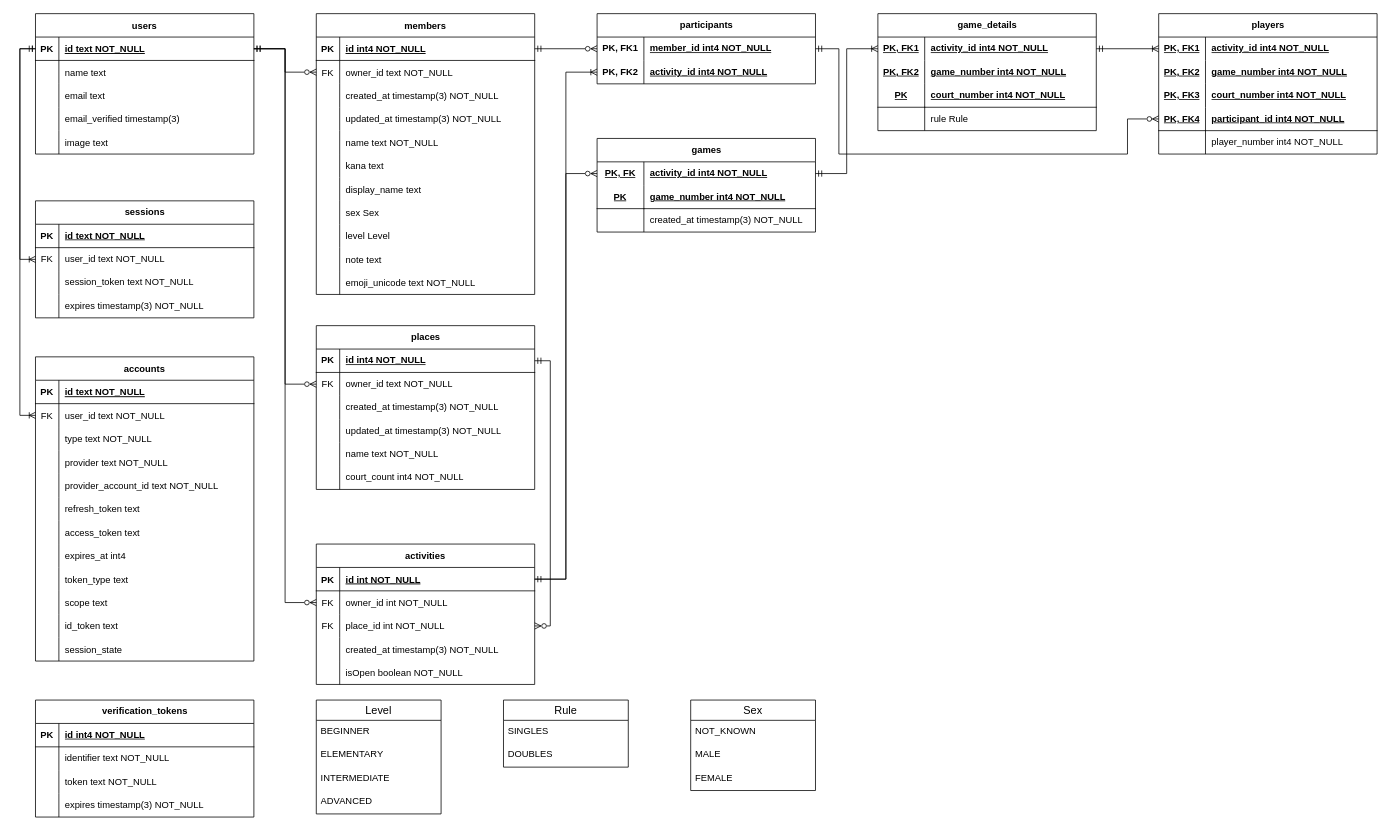
The draw.io diagram docs/erd.drawio in yuki-yamamura/bubble-pairs, before the edit. Source tidied: cells renumbered, new cells numbered last; positions are measured from the earlier drawing's top-left corner, leaving out a move shared by most shapes. Both pictures are drawn from the tidied source at 78%, with x=0, y=0 at pixel (35, 13).
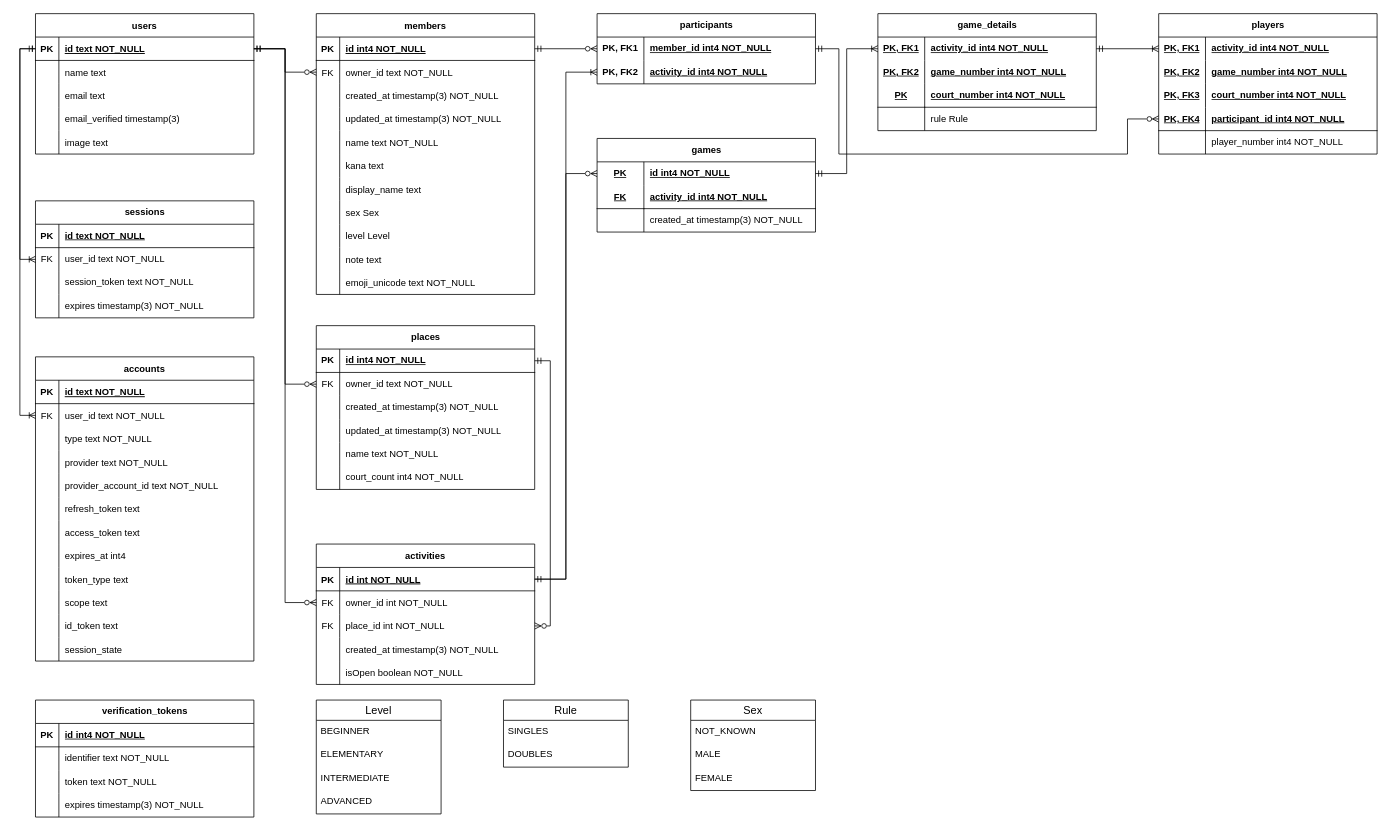
After the change.

Unchanged cells that the change refers to:
```xml
<mxCell id="37" style="shape=partialRectangle;fillColor=none;points=[[0,0.5],[1,0.5]];portConstraint=eastwest;top=0;left=0;right=0;bottom=1;" parent="36" vertex="1">
  <mxGeometry y="30" width="280" height="30" as="geometry" />
</mxCell>
<mxCell id="87" value="games" style="shape=table;startSize=30;childLayout=tableLayout;rowLines=0;fontStyle=1;align=center;html=1;" parent="1" vertex="1">
  <mxGeometry x="720" y="160" width="280" height="120" as="geometry" />
</mxCell>
<mxCell id="91" style="shape=tableRow;horizontal=0;startSize=0;swimlaneHead=0;swimlaneBody=0;fillColor=none;top=0;left=0;right=0;bottom=0;" parent="87" vertex="1">
  <mxGeometry y="60" width="280" height="30" as="geometry" />
</mxCell>
```

Change to the diagram source:
```diff
@@
-    <mxCell id="88" style="shape=tableRow;horizontal=0;startSize=0;swimlaneHead=0;swimlaneBody=0;fillColor=none;points=[[0,0.5],[1,0.5]];portConstraint=eastwest;top=0;left=0;right=0;bottom=0;strokeColor=default;" parent="87" vertex="1">
+    <mxCell id="88" style="shape=tableRow;horizontal=0;startSize=0;swimlaneHead=0;swimlaneBody=0;fillColor=none;points=[[0,0.5],[1,0.5]];portConstraint=eastwest;top=0;left=0;right=0;bottom=0;strokeColor=default;swimlaneLine=1;" parent="87" vertex="1">
       <mxGeometry y="30" width="280" height="30" as="geometry" />
     </mxCell>
-    <mxCell id="89" value="PK, FK" style="shape=partialRectangle;fillColor=none;top=0;left=0;bottom=0;right=0;overflow=hidden;whiteSpace=wrap;html=1;fontStyle=5;" parent="88" vertex="1">
+    <mxCell id="89" value="PK" style="shape=partialRectangle;fillColor=none;top=0;left=0;bottom=0;right=0;overflow=hidden;whiteSpace=wrap;html=1;fontStyle=5;" parent="88" vertex="1">
       <mxGeometry width="60" height="30" as="geometry" />
     </mxCell>
-    <mxCell id="90" value="activity_id int4 NOT_NULL" style="shape=partialRectangle;fillColor=none;top=0;left=0;bottom=0;right=0;align=left;spacingLeft=6;overflow=hidden;whiteSpace=wrap;html=1;fontStyle=5;" parent="88" vertex="1">
+    <mxCell id="90" value="id int4 NOT_NULL" style="shape=partialRectangle;fillColor=none;top=0;left=0;bottom=0;right=0;align=left;spacingLeft=6;overflow=hidden;whiteSpace=wrap;html=1;fontStyle=5;" parent="88" vertex="1">
       <mxGeometry x="60" width="220" height="30" as="geometry" />
     </mxCell>
@@
-    <mxCell id="92" value="PK" style="shape=partialRectangle;fillColor=none;top=0;left=0;bottom=1;right=0;overflow=hidden;whiteSpace=wrap;html=1;fontStyle=5;" parent="91" vertex="1">
+    <mxCell id="92" value="FK" style="shape=partialRectangle;fillColor=none;top=0;left=0;bottom=1;right=0;overflow=hidden;whiteSpace=wrap;html=1;fontStyle=5;" parent="91" vertex="1">
       <mxGeometry width="60" height="30" as="geometry" />
     </mxCell>
-    <mxCell id="93" value="game_number int4 NOT_NULL" style="shape=partialRectangle;fillColor=none;top=0;left=0;bottom=1;right=0;align=left;spacingLeft=6;overflow=hidden;whiteSpace=wrap;html=1;fontStyle=5;" parent="91" vertex="1">
+    <mxCell id="93" value="activity_id int4 NOT_NULL" style="shape=partialRectangle;fillColor=none;top=0;left=0;bottom=1;right=0;align=left;spacingLeft=6;overflow=hidden;whiteSpace=wrap;html=1;fontStyle=5;" parent="91" vertex="1">
       <mxGeometry x="60" width="220" height="30" as="geometry" />
     </mxCell>
@@
-    <mxCell id="186" style="edgeStyle=orthogonalEdgeStyle;rounded=0;jettySize=auto;html=1;entryX=0;entryY=0.5;entryDx=0;entryDy=0;endArrow=ERzeroToMany;endFill=0;" parent="1" edge="1" source="37" target="88">
-      <mxGeometry relative="1" as="geometry" />
-    </mxCell>
@@
+    <mxCell id="186" style="edgeStyle=orthogonalEdgeStyle;rounded=0;jettySize=auto;html=1;entryX=0;entryY=0.5;entryDx=0;entryDy=0;endArrow=ERzeroToMany;endFill=0;" parent="1" edge="1" source="37" target="88">
+      <mxGeometry relative="1" as="geometry" />
+    </mxCell>
```
